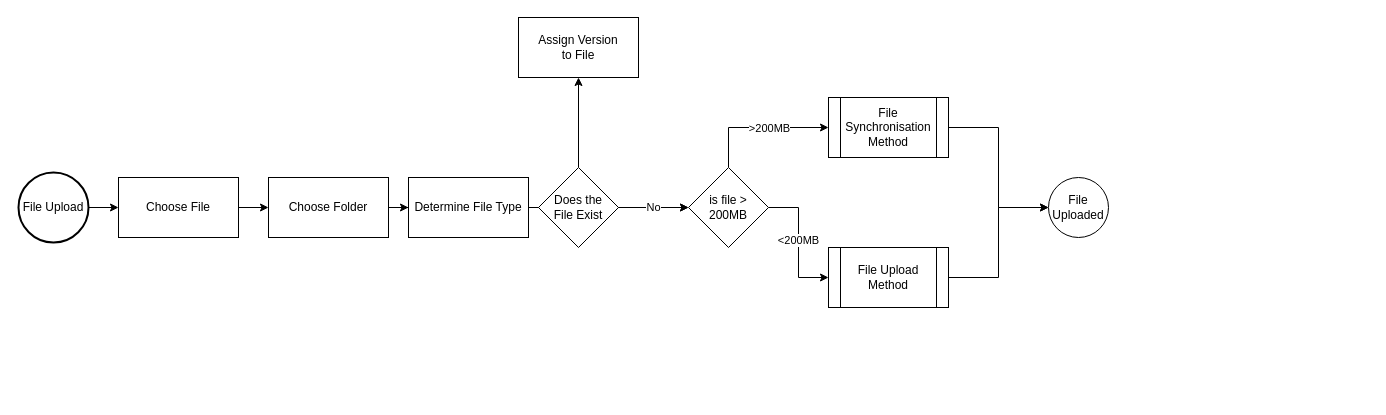
RichardHFerris/teststory keeps this draw.io diagram as Flow Chart - File Ingres.drawio. Above is the earlier version. Source tidied: cells renumbered, new cells numbered last; positions are measured from the earlier drawing's top-left corner, leaving out a move shared by most shapes. Both pictures are drawn from the tidied source at 100%, with x=0, y=0 at pixel (18, 17).
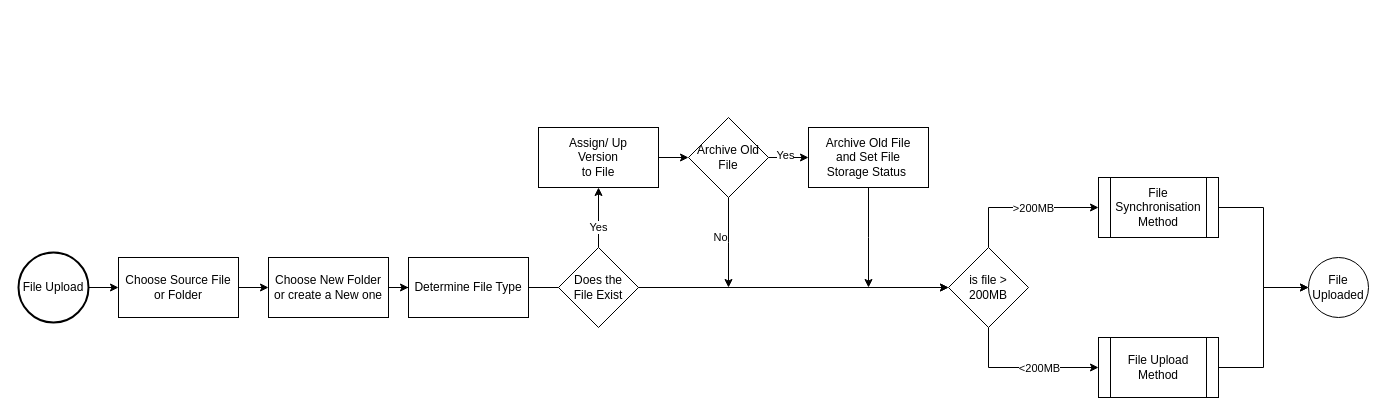
The same diagram, later.

Unchanged cells that the change refers to:
```xml
<mxCell id="21" style="edgeStyle=orthogonalEdgeStyle;rounded=0;jettySize=auto;html=1;" parent="1" edge="1" source="22" target="23">
  <mxGeometry relative="1" as="geometry" />
</mxCell>
```

The edit, as a diff of the source:
```diff
@@
-    <mxCell id="5" style="edgeStyle=orthogonalEdgeStyle;rounded=0;jettySize=auto;html=1;entryX=0;entryY=0.5;entryDx=0;entryDy=0;exitX=1;exitY=0.5;exitDx=0;exitDy=0;" parent="1" edge="1" source="7" target="18">
+    <mxCell id="5" style="edgeStyle=orthogonalEdgeStyle;rounded=0;jettySize=auto;html=1;entryX=0;entryY=0.5;entryDx=0;entryDy=0;exitX=0.5;exitY=1;exitDx=0;exitDy=0;" parent="1" edge="1" source="7" target="18">
       <mxGeometry relative="1" as="geometry" />
     </mxCell>
     <mxCell id="6" value="&amp;lt;200MB" style="edgeLabel;html=1;align=center;verticalAlign=middle;" parent="5" vertex="1">
-      <mxGeometry x="-0.05" y="-1" relative="1" as="geometry" />
+      <mxGeometry x="-0.05" y="-1" relative="1" as="geometry">
+        <mxPoint x="19" y="-1" as="offset" />
+      </mxGeometry>
     </mxCell>
     <mxCell id="7" value="is file &amp;gt; 200MB" style="rhombus;whiteSpace=wrap;html=1;" parent="1" vertex="1">
-      <mxGeometry x="670" y="150" width="80" height="80" as="geometry" />
+      <mxGeometry x="930" y="230" width="80" height="80" as="geometry" />
     </mxCell>
@@
     <mxCell id="9" value="File Upload" style="strokeWidth=2;html=1;shape=mxgraph.flowchart.start_2;whiteSpace=wrap;" parent="1" vertex="1">
-      <mxGeometry y="155" width="70" height="70" as="geometry" />
+      <mxGeometry y="235" width="70" height="70" as="geometry" />
     </mxCell>
-    <mxCell id="10" value="Choose File" style="rounded=0;whiteSpace=wrap;html=1;" parent="1" vertex="1">
-      <mxGeometry x="100" y="160" width="120" height="60" as="geometry" />
+    <mxCell id="10" value="Choose Source File &lt;br&gt;or Folder" style="rounded=0;whiteSpace=wrap;html=1;" parent="1" vertex="1">
+      <mxGeometry x="100" y="240" width="120" height="60" as="geometry" />
     </mxCell>
@@
-    <mxCell id="12" value="Choose Folder" style="rounded=0;whiteSpace=wrap;html=1;" parent="1" vertex="1">
-      <mxGeometry x="250" y="160" width="120" height="60" as="geometry" />
+    <mxCell id="12" value="Choose New Folder or create a New one" style="rounded=0;whiteSpace=wrap;html=1;" parent="1" vertex="1">
+      <mxGeometry x="250" y="240" width="120" height="60" as="geometry" />
     </mxCell>
-    <mxCell id="13" style="edgeStyle=orthogonalEdgeStyle;rounded=0;jettySize=auto;html=1;" parent="1" edge="1" source="14" target="7">
+    <mxCell id="13" style="edgeStyle=orthogonalEdgeStyle;rounded=0;jettySize=auto;html=1;startArrow=none;" parent="1" edge="1" source="22" target="7">
       <mxGeometry relative="1" as="geometry" />
     </mxCell>
     <mxCell id="14" value="Determine File Type" style="rounded=0;whiteSpace=wrap;html=1;" parent="1" vertex="1">
-      <mxGeometry x="390" y="160" width="120" height="60" as="geometry" />
+      <mxGeometry x="390" y="240" width="120" height="60" as="geometry" />
     </mxCell>
@@
     <mxCell id="16" value="File Synchronisation Method" style="shape=process;whiteSpace=wrap;html=1;backgroundOutline=1;" parent="1" vertex="1">
-      <mxGeometry x="810" y="80" width="120" height="60" as="geometry" />
+      <mxGeometry x="1080" y="160" width="120" height="60" as="geometry" />
     </mxCell>
@@
     <mxCell id="18" value="File Upload Method" style="shape=process;whiteSpace=wrap;html=1;backgroundOutline=1;" parent="1" vertex="1">
-      <mxGeometry x="810" y="230" width="120" height="60" as="geometry" />
+      <mxGeometry x="1080" y="320" width="120" height="60" as="geometry" />
     </mxCell>
     <mxCell id="19" value="File Uploaded" style="ellipse;whiteSpace=wrap;html=1;" parent="1" vertex="1">
-      <mxGeometry x="1030" y="160" width="60" height="60" as="geometry" />
+      <mxGeometry x="1290" y="240" width="60" height="60" as="geometry" />
     </mxCell>
     <mxCell id="20" value="No" style="edgeStyle=orthogonalEdgeStyle;rounded=0;jettySize=auto;html=1;" parent="1" edge="1" source="22" target="7">
-      <mxGeometry relative="1" as="geometry" />
+      <mxGeometry x="-0.47" y="50" relative="1" as="geometry" />
     </mxCell>
@@
+    <mxCell id="24" value="Yes" style="edgeLabel;html=1;align=center;verticalAlign=middle;" parent="21" vertex="1">
+      <mxGeometry x="-0.3" y="1" relative="1" as="geometry" />
+    </mxCell>
+    <mxCell id="25" style="edgeStyle=orthogonalEdgeStyle;rounded=0;jettySize=auto;html=1;startArrow=none;exitX=0.5;exitY=1;exitDx=0;exitDy=0;" parent="1" edge="1" source="31">
+      <mxGeometry relative="1" as="geometry">
+        <mxPoint x="710" y="270" as="targetPoint" />
+      </mxGeometry>
+    </mxCell>
+    <mxCell id="26" style="edgeStyle=orthogonalEdgeStyle;rounded=0;jettySize=auto;html=1;" parent="1" edge="1" source="23" target="31">
+      <mxGeometry relative="1" as="geometry" />
+    </mxCell>
+    <mxCell id="23" value="Assign/ Up &lt;br&gt;Version &lt;br&gt;to File" style="whiteSpace=wrap;html=1;" parent="1" vertex="1">
+      <mxGeometry x="520" y="110" width="120" height="60" as="geometry" />
+    </mxCell>
     <mxCell id="22" value="Does the &lt;br&gt;File Exist" style="rhombus;whiteSpace=wrap;html=1;" parent="1" vertex="1">
-      <mxGeometry x="520" y="150" width="80" height="80" as="geometry" />
+      <mxGeometry x="540" y="230" width="80" height="80" as="geometry" />
     </mxCell>
-    <mxCell id="23" value="Assign Version &lt;br&gt;to File" style="whiteSpace=wrap;html=1;" parent="1" vertex="1">
-      <mxGeometry x="500" width="120" height="60" as="geometry" />
-    </mxCell>
+    <mxCell id="27" style="edgeStyle=orthogonalEdgeStyle;rounded=0;jettySize=auto;html=1;endArrow=none;" parent="1" edge="1" source="14" target="22">
+      <mxGeometry relative="1" as="geometry" />
+    </mxCell>
+    <mxCell id="28" style="edgeStyle=orthogonalEdgeStyle;rounded=0;orthogonalLoop=1;jettySize=auto;html=1;endArrow=none;exitX=0.5;exitY=1;exitDx=0;exitDy=0;" parent="1" edge="1">
+      <mxGeometry relative="1" as="geometry">
+        <mxPoint x="720" y="170" as="sourcePoint" />
+        <mxPoint x="720" y="170" as="targetPoint" />
+      </mxGeometry>
+    </mxCell>
+    <mxCell id="29" style="edgeStyle=orthogonalEdgeStyle;rounded=0;jettySize=auto;html=1;" parent="1" edge="1" source="31" target="33">
+      <mxGeometry relative="1" as="geometry" />
+    </mxCell>
+    <mxCell id="30" value="Yes" style="edgeLabel;html=1;align=center;verticalAlign=middle;" parent="29" vertex="1">
+      <mxGeometry x="-0.2" y="3" relative="1" as="geometry" />
+    </mxCell>
+    <mxCell id="31" value="Archive Old File" style="rhombus;whiteSpace=wrap;html=1;" parent="1" vertex="1">
+      <mxGeometry x="670" y="100" width="80" height="80" as="geometry" />
+    </mxCell>
+    <mxCell id="32" style="edgeStyle=orthogonalEdgeStyle;rounded=0;jettySize=auto;html=1;exitX=0.5;exitY=1;exitDx=0;exitDy=0;" parent="1" edge="1" source="33">
+      <mxGeometry relative="1" as="geometry">
+        <mxPoint x="850" y="270" as="targetPoint" />
+      </mxGeometry>
+    </mxCell>
+    <mxCell id="33" value="Archive Old File &lt;br&gt;and Set File &lt;br&gt;Storage Status&amp;nbsp;" style="whiteSpace=wrap;html=1;" parent="1" vertex="1">
+      <mxGeometry x="790" y="110" width="120" height="60" as="geometry" />
+    </mxCell>
```
